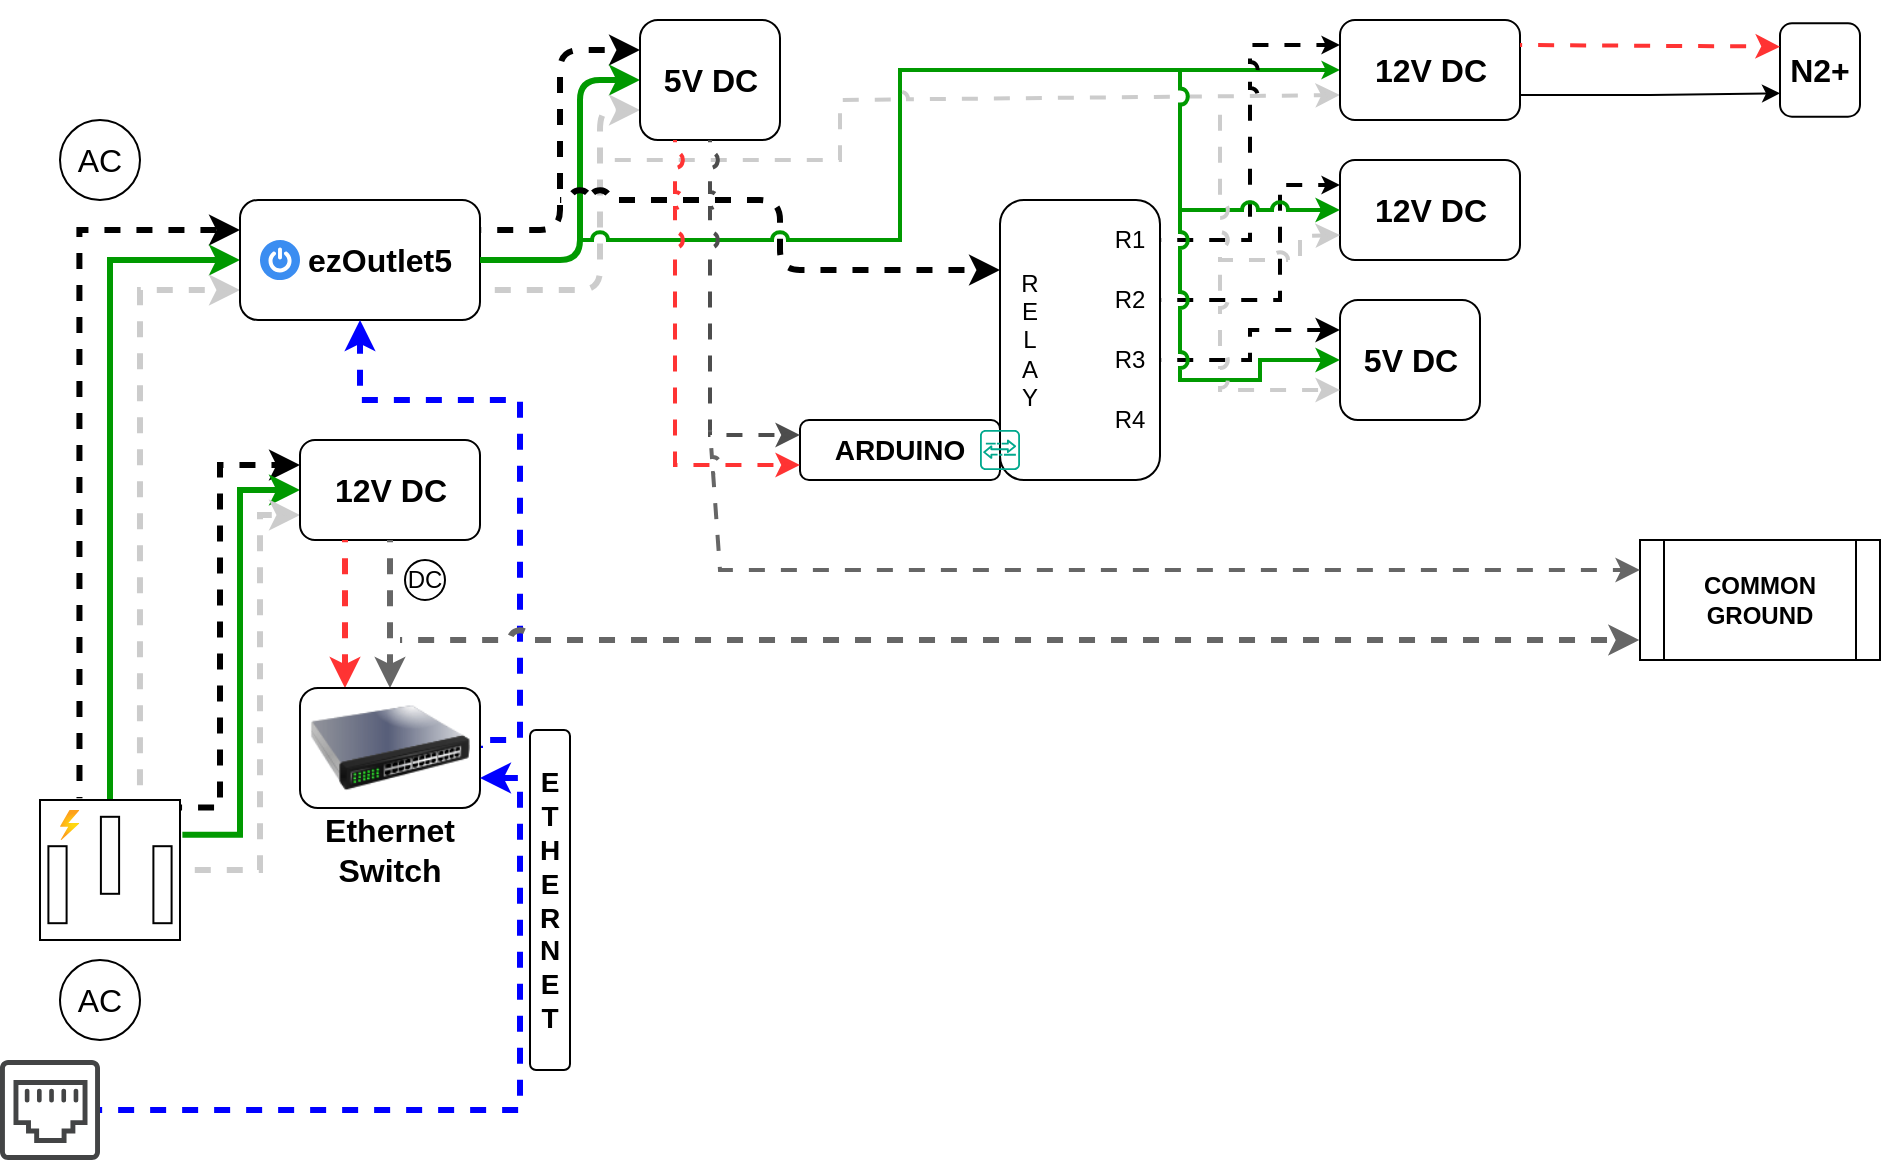
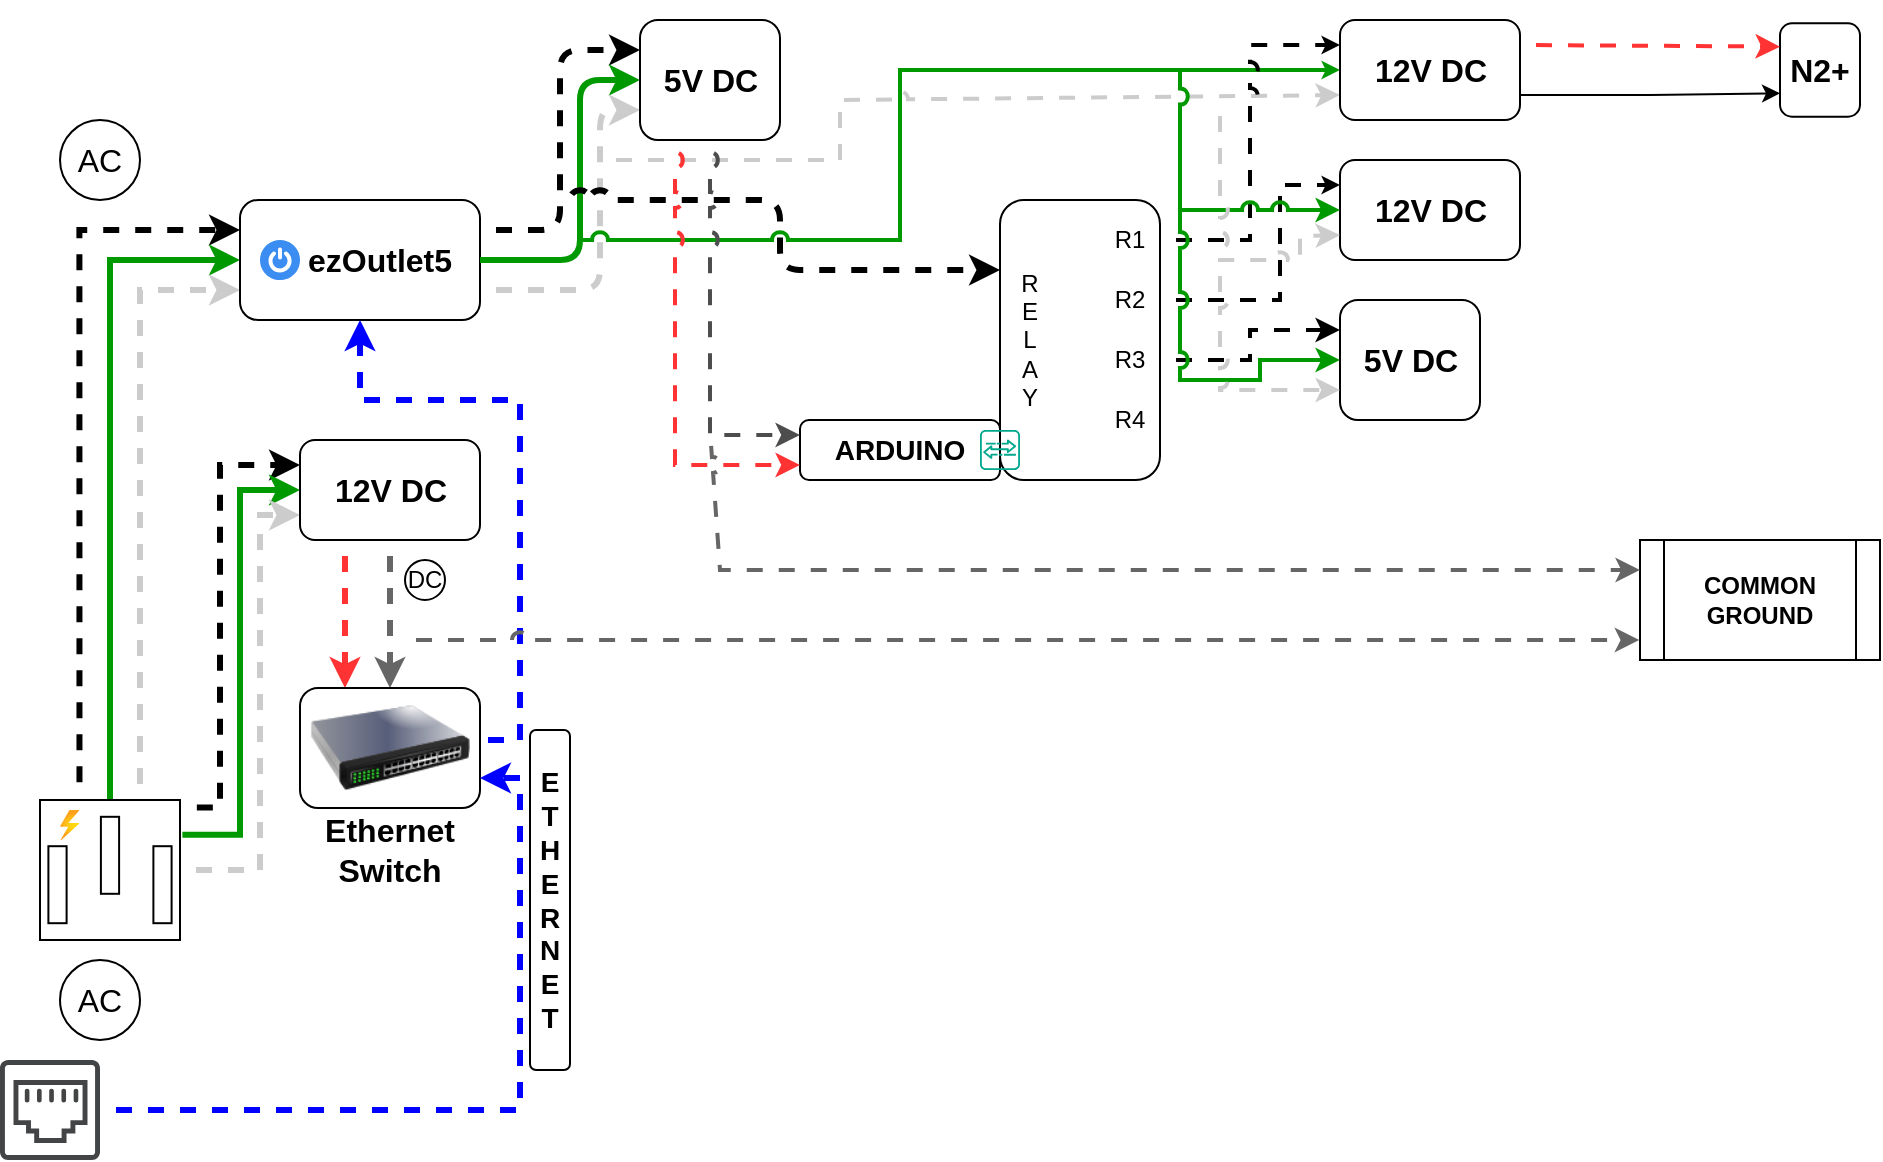
<mxfile host="app.diagrams.net" agent="Mozilla/5.0 (Windows NT 10.0; Win64; x64) AppleWebKit/537.36 (KHTML, like Gecko) Chrome/131.0.0.0 Safari/537.36 Edg/131.0.0.0" version="25.0.3">
  <diagram name="Page-1" id="VlRkN-xOVygPYa-iD9Ir">
    <mxGraphModel dx="724" dy="454" grid="1" gridSize="10" guides="1" tooltips="1" connect="1" arrows="1" fold="1" page="1" pageScale="1" pageWidth="1600" pageHeight="900" background="none" math="0" shadow="0">
      <root>
        <mxCell id="0" />
        <mxCell id="1" parent="0" />
        <mxCell id="JVLtuT8sySUBbFbLTn6r-3" style="edgeStyle=orthogonalEdgeStyle;rounded=0;orthogonalLoop=1;jettySize=auto;html=1;entryX=0;entryY=0.25;entryDx=0;entryDy=0;exitX=0.282;exitY=-0.013;exitDx=0;exitDy=0;exitPerimeter=0;strokeWidth=3;flowAnimation=1;flowAnimationDirection=alternate;flowAnimationTimingFunction=ease-in-out;flowAnimationDuration=1500;jumpStyle=arc;" parent="1" source="pD8juBFKP1GN8B8eYQTb-1" target="pD8juBFKP1GN8B8eYQTb-3" edge="1">
          <mxGeometry relative="1" as="geometry" />
        </mxCell>
        <mxCell id="JVLtuT8sySUBbFbLTn6r-4" style="edgeStyle=orthogonalEdgeStyle;rounded=0;orthogonalLoop=1;jettySize=auto;html=1;exitX=0.5;exitY=0;exitDx=0;exitDy=0;exitPerimeter=0;entryX=0;entryY=0.5;entryDx=0;entryDy=0;strokeColor=#009900;strokeWidth=3;jumpStyle=arc;" parent="1" source="pD8juBFKP1GN8B8eYQTb-1" target="pD8juBFKP1GN8B8eYQTb-3" edge="1">
          <mxGeometry relative="1" as="geometry" />
        </mxCell>
        <mxCell id="JVLtuT8sySUBbFbLTn6r-5" style="edgeStyle=orthogonalEdgeStyle;rounded=0;orthogonalLoop=1;jettySize=auto;html=1;entryX=0;entryY=0.75;entryDx=0;entryDy=0;exitX=0.714;exitY=0;exitDx=0;exitDy=0;exitPerimeter=0;strokeWidth=3;strokeColor=#CCCCCC;flowAnimation=1;flowAnimationDirection=alternate-reverse;flowAnimationTimingFunction=ease-in-out;flowAnimationDuration=1500;jumpStyle=arc;" parent="1" source="pD8juBFKP1GN8B8eYQTb-1" target="pD8juBFKP1GN8B8eYQTb-3" edge="1">
          <mxGeometry relative="1" as="geometry">
            <mxPoint x="120" y="320" as="targetPoint" />
          </mxGeometry>
        </mxCell>
        <mxCell id="JVLtuT8sySUBbFbLTn6r-6" style="edgeStyle=orthogonalEdgeStyle;rounded=0;orthogonalLoop=1;jettySize=auto;html=1;entryX=0;entryY=0.25;entryDx=0;entryDy=0;exitX=1.006;exitY=0.054;exitDx=0;exitDy=0;exitPerimeter=0;strokeWidth=3;flowAnimation=1;flowAnimationDirection=alternate;flowAnimationTimingFunction=ease-in-out;flowAnimationDuration=1500;jumpStyle=arc;" parent="1" source="pD8juBFKP1GN8B8eYQTb-1" target="pD8juBFKP1GN8B8eYQTb-24" edge="1">
          <mxGeometry relative="1" as="geometry">
            <Array as="points">
              <mxPoint x="120" y="404" />
              <mxPoint x="120" y="233" />
            </Array>
          </mxGeometry>
        </mxCell>
        <mxCell id="JVLtuT8sySUBbFbLTn6r-7" style="edgeStyle=orthogonalEdgeStyle;rounded=0;orthogonalLoop=1;jettySize=auto;html=1;entryX=0;entryY=0.5;entryDx=0;entryDy=0;exitX=1.017;exitY=0.249;exitDx=0;exitDy=0;exitPerimeter=0;strokeWidth=3;strokeColor=#009900;jumpStyle=arc;" parent="1" source="pD8juBFKP1GN8B8eYQTb-1" target="pD8juBFKP1GN8B8eYQTb-24" edge="1">
          <mxGeometry relative="1" as="geometry" />
        </mxCell>
        <mxCell id="JVLtuT8sySUBbFbLTn6r-8" style="edgeStyle=orthogonalEdgeStyle;rounded=0;orthogonalLoop=1;jettySize=auto;html=1;entryX=0;entryY=0.75;entryDx=0;entryDy=0;strokeColor=#CCCCCC;strokeWidth=3;flowAnimation=1;flowAnimationDirection=alternate-reverse;flowAnimationTimingFunction=ease-in-out;flowAnimationDuration=1500;jumpStyle=arc;" parent="1" source="pD8juBFKP1GN8B8eYQTb-1" target="pD8juBFKP1GN8B8eYQTb-24" edge="1">
          <mxGeometry relative="1" as="geometry">
            <Array as="points">
              <mxPoint x="140" y="435" />
              <mxPoint x="140" y="258" />
            </Array>
          </mxGeometry>
        </mxCell>
        <mxCell id="JVLtuT8sySUBbFbLTn6r-1" value="" style="group" parent="1" vertex="1" connectable="0">
          <mxGeometry x="30" y="480" width="60" height="40" as="geometry" />
        </mxCell>
        <mxCell id="pD8juBFKP1GN8B8eYQTb-22" value="AC" style="text;html=1;align=center;verticalAlign=middle;whiteSpace=wrap;rounded=0;fontSize=16;" parent="JVLtuT8sySUBbFbLTn6r-1" vertex="1">
          <mxGeometry y="5" width="60" height="30" as="geometry" />
        </mxCell>
        <mxCell id="pD8juBFKP1GN8B8eYQTb-23" value="" style="ellipse;whiteSpace=wrap;html=1;fillColor=none;" parent="JVLtuT8sySUBbFbLTn6r-1" vertex="1">
          <mxGeometry x="10" width="40" height="40" as="geometry" />
        </mxCell>
        <mxCell id="JVLtuT8sySUBbFbLTn6r-2" value="" style="group" parent="1" vertex="1" connectable="0">
          <mxGeometry x="30" y="60" width="60" height="40" as="geometry" />
        </mxCell>
        <mxCell id="pD8juBFKP1GN8B8eYQTb-9" value="" style="ellipse;whiteSpace=wrap;html=1;fillColor=none;" parent="JVLtuT8sySUBbFbLTn6r-2" vertex="1">
          <mxGeometry x="10" width="40" height="40" as="geometry" />
        </mxCell>
        <mxCell id="pD8juBFKP1GN8B8eYQTb-11" value="AC" style="text;html=1;align=center;verticalAlign=middle;whiteSpace=wrap;rounded=0;fontSize=16;" parent="JVLtuT8sySUBbFbLTn6r-2" vertex="1">
          <mxGeometry y="5" width="60" height="30" as="geometry" />
        </mxCell>
        <mxCell id="JVLtuT8sySUBbFbLTn6r-9" value="" style="group" parent="1" vertex="1" connectable="0">
          <mxGeometry x="130" y="100" width="120" height="60" as="geometry" />
        </mxCell>
        <mxCell id="JVLtuT8sySUBbFbLTn6r-16" value="" style="group" parent="JVLtuT8sySUBbFbLTn6r-9" vertex="1" connectable="0">
          <mxGeometry width="120" height="60" as="geometry" />
        </mxCell>
        <mxCell id="pD8juBFKP1GN8B8eYQTb-3" value="" style="rounded=1;whiteSpace=wrap;html=1;" parent="JVLtuT8sySUBbFbLTn6r-16" vertex="1">
          <mxGeometry width="120" height="60" as="geometry" />
        </mxCell>
        <mxCell id="JVLtuT8sySUBbFbLTn6r-13" value="" style="sketch=0;html=1;aspect=fixed;strokeColor=none;shadow=0;fillColor=#3B8DF1;verticalAlign=top;labelPosition=center;verticalLabelPosition=bottom;shape=mxgraph.gcp2.a7_power" parent="JVLtuT8sySUBbFbLTn6r-16" vertex="1">
          <mxGeometry x="10" y="20" width="20" height="20" as="geometry" />
        </mxCell>
        <mxCell id="pD8juBFKP1GN8B8eYQTb-15" value="&lt;b&gt;ezOutlet5&lt;/b&gt;" style="text;html=1;align=center;verticalAlign=middle;whiteSpace=wrap;rounded=0;fontSize=16;" parent="JVLtuT8sySUBbFbLTn6r-16" vertex="1">
          <mxGeometry x="40" y="10" width="60" height="40" as="geometry" />
        </mxCell>
        <mxCell id="JVLtuT8sySUBbFbLTn6r-11" value="" style="group" parent="1" vertex="1" connectable="0">
          <mxGeometry x="160" y="220" width="90" height="50" as="geometry" />
        </mxCell>
        <mxCell id="JVLtuT8sySUBbFbLTn6r-72" value="" style="group" parent="JVLtuT8sySUBbFbLTn6r-11" vertex="1" connectable="0">
          <mxGeometry width="90" height="50" as="geometry" />
        </mxCell>
        <mxCell id="pD8juBFKP1GN8B8eYQTb-24" value="" style="rounded=1;whiteSpace=wrap;html=1;" parent="JVLtuT8sySUBbFbLTn6r-72" vertex="1">
          <mxGeometry width="90" height="50" as="geometry" />
        </mxCell>
        <mxCell id="JVLtuT8sySUBbFbLTn6r-10" value="&lt;font style=&quot;font-size: 16px;&quot;&gt;&lt;b&gt;12V DC&lt;/b&gt;&lt;/font&gt;" style="text;html=1;align=center;verticalAlign=middle;whiteSpace=wrap;rounded=0;" parent="JVLtuT8sySUBbFbLTn6r-72" vertex="1">
          <mxGeometry x="15.75" y="10" width="58.5" height="30" as="geometry" />
        </mxCell>
        <mxCell id="JVLtuT8sySUBbFbLTn6r-18" value="" style="group" parent="1" vertex="1" connectable="0">
          <mxGeometry x="30" y="400" width="70" height="70" as="geometry" />
        </mxCell>
        <mxCell id="pD8juBFKP1GN8B8eYQTb-1" value="" style="pointerEvents=1;verticalLabelPosition=bottom;shadow=0;dashed=0;align=center;html=1;verticalAlign=top;shape=mxgraph.electrical.miscellaneous.ac_out" parent="JVLtuT8sySUBbFbLTn6r-18" vertex="1">
          <mxGeometry width="70" height="70" as="geometry" />
        </mxCell>
        <mxCell id="JVLtuT8sySUBbFbLTn6r-12" value="" style="image;aspect=fixed;html=1;points=[];align=center;fontSize=12;image=img/lib/azure2/general/Power.svg;" parent="JVLtuT8sySUBbFbLTn6r-18" vertex="1">
          <mxGeometry x="10" y="5" width="9.72" height="15" as="geometry" />
        </mxCell>
        <mxCell id="JVLtuT8sySUBbFbLTn6r-23" style="edgeStyle=orthogonalEdgeStyle;rounded=0;orthogonalLoop=1;jettySize=auto;html=1;entryX=0.25;entryY=0;entryDx=0;entryDy=0;exitX=0.25;exitY=1;exitDx=0;exitDy=0;strokeColor=#FF3333;strokeWidth=3;flowAnimation=1;jumpStyle=arc;" parent="1" source="pD8juBFKP1GN8B8eYQTb-24" target="JVLtuT8sySUBbFbLTn6r-19" edge="1">
          <mxGeometry relative="1" as="geometry" />
        </mxCell>
        <mxCell id="JVLtuT8sySUBbFbLTn6r-28" value="" style="group" parent="1" vertex="1" connectable="0">
          <mxGeometry x="210" y="280" width="25" height="20" as="geometry" />
        </mxCell>
        <mxCell id="JVLtuT8sySUBbFbLTn6r-26" value="" style="ellipse;whiteSpace=wrap;html=1;aspect=fixed;" parent="JVLtuT8sySUBbFbLTn6r-28" vertex="1">
          <mxGeometry x="2.5" width="20" height="20" as="geometry" />
        </mxCell>
        <mxCell id="JVLtuT8sySUBbFbLTn6r-27" value="&lt;font&gt;DC&lt;/font&gt;" style="text;html=1;align=center;verticalAlign=middle;whiteSpace=wrap;rounded=0;" parent="JVLtuT8sySUBbFbLTn6r-28" vertex="1">
          <mxGeometry y="2.5" width="25" height="15" as="geometry" />
        </mxCell>
        <mxCell id="JVLtuT8sySUBbFbLTn6r-29" style="edgeStyle=orthogonalEdgeStyle;rounded=0;orthogonalLoop=1;jettySize=auto;html=1;exitX=0.5;exitY=1;exitDx=0;exitDy=0;entryX=0.5;entryY=0;entryDx=0;entryDy=0;strokeWidth=3;flowAnimation=1;strokeColor=#666666;jumpStyle=arc;" parent="1" source="pD8juBFKP1GN8B8eYQTb-24" target="JVLtuT8sySUBbFbLTn6r-19" edge="1">
          <mxGeometry relative="1" as="geometry" />
        </mxCell>
        <mxCell id="JVLtuT8sySUBbFbLTn6r-30" style="edgeStyle=orthogonalEdgeStyle;rounded=0;orthogonalLoop=1;jettySize=auto;html=1;exitX=1;exitY=0.5;exitDx=0;exitDy=0;entryX=0.5;entryY=1;entryDx=0;entryDy=0;strokeColor=#0000FF;strokeWidth=3;flowAnimation=1;jumpStyle=arc;" parent="1" source="JVLtuT8sySUBbFbLTn6r-19" target="pD8juBFKP1GN8B8eYQTb-3" edge="1">
          <mxGeometry relative="1" as="geometry">
            <Array as="points">
              <mxPoint x="270" y="370" />
              <mxPoint x="270" y="200" />
              <mxPoint x="190" y="200" />
            </Array>
          </mxGeometry>
        </mxCell>
        <mxCell id="JVLtuT8sySUBbFbLTn6r-33" value="" style="rounded=1;whiteSpace=wrap;html=1;" parent="1" vertex="1">
          <mxGeometry x="510" y="100" width="80" height="140" as="geometry" />
        </mxCell>
        <mxCell id="JVLtuT8sySUBbFbLTn6r-35" style="edgeStyle=orthogonalEdgeStyle;rounded=1;orthogonalLoop=1;jettySize=auto;html=1;exitX=1;exitY=0.25;exitDx=0;exitDy=0;entryX=0;entryY=0.25;entryDx=0;entryDy=0;curved=0;strokeWidth=3;flowAnimation=1;flowAnimationDirection=alternate;flowAnimationTimingFunction=ease-in-out;flowAnimationDuration=1500;jumpStyle=arc;" parent="1" source="pD8juBFKP1GN8B8eYQTb-3" target="JVLtuT8sySUBbFbLTn6r-34" edge="1">
          <mxGeometry relative="1" as="geometry" />
        </mxCell>
        <mxCell id="JVLtuT8sySUBbFbLTn6r-36" style="edgeStyle=orthogonalEdgeStyle;rounded=1;orthogonalLoop=1;jettySize=auto;html=1;exitX=1;exitY=0.5;exitDx=0;exitDy=0;entryX=0;entryY=0.5;entryDx=0;entryDy=0;curved=0;strokeWidth=3;strokeColor=#009900;jumpStyle=arc;" parent="1" source="pD8juBFKP1GN8B8eYQTb-3" target="JVLtuT8sySUBbFbLTn6r-34" edge="1">
          <mxGeometry relative="1" as="geometry">
            <Array as="points">
              <mxPoint x="300" y="130" />
              <mxPoint x="300" y="40" />
            </Array>
          </mxGeometry>
        </mxCell>
        <mxCell id="JVLtuT8sySUBbFbLTn6r-37" style="edgeStyle=orthogonalEdgeStyle;rounded=1;orthogonalLoop=1;jettySize=auto;html=1;exitX=1;exitY=0.75;exitDx=0;exitDy=0;entryX=0;entryY=0.75;entryDx=0;entryDy=0;curved=0;strokeColor=#CCCCCC;strokeWidth=3;flowAnimation=1;flowAnimationDirection=alternate-reverse;flowAnimationTimingFunction=ease-in-out;flowAnimationDuration=1500;jumpStyle=arc;" parent="1" source="pD8juBFKP1GN8B8eYQTb-3" target="JVLtuT8sySUBbFbLTn6r-34" edge="1">
          <mxGeometry relative="1" as="geometry">
            <Array as="points">
              <mxPoint x="310" y="145" />
              <mxPoint x="310" y="55" />
            </Array>
          </mxGeometry>
        </mxCell>
        <mxCell id="JVLtuT8sySUBbFbLTn6r-40" value="" style="endArrow=classic;html=1;rounded=1;curved=0;entryX=0;entryY=0.25;entryDx=0;entryDy=0;jumpStyle=arc;strokeWidth=3;flowAnimation=1;flowAnimationDirection=alternate;flowAnimationTimingFunction=ease-in-out;flowAnimationDuration=1500;" parent="1" target="JVLtuT8sySUBbFbLTn6r-33" edge="1">
          <mxGeometry width="50" height="50" relative="1" as="geometry">
            <mxPoint x="290" y="100" as="sourcePoint" />
            <mxPoint x="410" y="170" as="targetPoint" />
            <Array as="points">
              <mxPoint x="400" y="100" />
              <mxPoint x="400" y="135" />
            </Array>
          </mxGeometry>
        </mxCell>
        <mxCell id="JVLtuT8sySUBbFbLTn6r-51" value="" style="group" parent="1" vertex="1" connectable="0">
          <mxGeometry x="160" y="344" width="90" height="96" as="geometry" />
        </mxCell>
        <mxCell id="JVLtuT8sySUBbFbLTn6r-21" value="" style="group" parent="JVLtuT8sySUBbFbLTn6r-51" vertex="1" connectable="0">
          <mxGeometry width="90" height="70" as="geometry" />
        </mxCell>
        <mxCell id="JVLtuT8sySUBbFbLTn6r-50" value="" style="group" parent="JVLtuT8sySUBbFbLTn6r-21" vertex="1" connectable="0">
          <mxGeometry width="90" height="70" as="geometry" />
        </mxCell>
        <mxCell id="JVLtuT8sySUBbFbLTn6r-19" value="" style="rounded=1;whiteSpace=wrap;html=1;" parent="JVLtuT8sySUBbFbLTn6r-50" vertex="1">
          <mxGeometry width="90" height="60" as="geometry" />
        </mxCell>
        <mxCell id="JVLtuT8sySUBbFbLTn6r-49" value="" style="image;html=1;image=img/lib/clip_art/networking/Switch_128x128.png" parent="JVLtuT8sySUBbFbLTn6r-50" vertex="1">
          <mxGeometry x="5" y="-10" width="80" height="80" as="geometry" />
        </mxCell>
        <mxCell id="JVLtuT8sySUBbFbLTn6r-20" value="&lt;b&gt;&lt;font style=&quot;font-size: 16px;&quot;&gt;Ethernet&lt;/font&gt;&lt;/b&gt;&lt;div&gt;&lt;b&gt;&lt;font style=&quot;font-size: 16px;&quot;&gt;Switch&lt;/font&gt;&lt;/b&gt;&lt;/div&gt;" style="text;html=1;align=center;verticalAlign=middle;whiteSpace=wrap;rounded=0;" parent="JVLtuT8sySUBbFbLTn6r-51" vertex="1">
          <mxGeometry x="15" y="66" width="60" height="30" as="geometry" />
        </mxCell>
        <mxCell id="JVLtuT8sySUBbFbLTn6r-53" value="" style="group" parent="1" vertex="1" connectable="0">
          <mxGeometry x="330" y="10" width="70" height="60" as="geometry" />
        </mxCell>
        <mxCell id="JVLtuT8sySUBbFbLTn6r-71" value="" style="group" parent="JVLtuT8sySUBbFbLTn6r-53" vertex="1" connectable="0">
          <mxGeometry width="70" height="60" as="geometry" />
        </mxCell>
        <mxCell id="JVLtuT8sySUBbFbLTn6r-34" value="" style="rounded=1;whiteSpace=wrap;html=1;" parent="JVLtuT8sySUBbFbLTn6r-71" vertex="1">
          <mxGeometry width="70" height="60" as="geometry" />
        </mxCell>
        <mxCell id="JVLtuT8sySUBbFbLTn6r-52" value="&lt;font style=&quot;font-size: 16px;&quot;&gt;&lt;b&gt;5&lt;/b&gt;&lt;/font&gt;&lt;b style=&quot;font-size: 16px; background-color: initial;&quot;&gt;V DC&lt;/b&gt;" style="text;html=1;align=center;verticalAlign=middle;whiteSpace=wrap;rounded=0;" parent="JVLtuT8sySUBbFbLTn6r-71" vertex="1">
          <mxGeometry x="5.75" y="15" width="58.5" height="30" as="geometry" />
        </mxCell>
        <mxCell id="JVLtuT8sySUBbFbLTn6r-54" value="" style="endArrow=classic;html=1;rounded=0;entryX=0;entryY=0.5;entryDx=0;entryDy=0;jumpStyle=arc;strokeColor=#009900;strokeWidth=2;endSize=3;" parent="1" target="JVLtuT8sySUBbFbLTn6r-74" edge="1">
          <mxGeometry width="50" height="50" relative="1" as="geometry">
            <mxPoint x="300" y="120" as="sourcePoint" />
            <mxPoint x="350" y="80" as="targetPoint" />
            <Array as="points">
              <mxPoint x="460" y="120" />
              <mxPoint x="460" y="35" />
            </Array>
          </mxGeometry>
        </mxCell>
        <mxCell id="JVLtuT8sySUBbFbLTn6r-55" value="" style="endArrow=classic;html=1;rounded=0;entryX=0;entryY=0.75;entryDx=0;entryDy=0;strokeColor=#CCCCCC;strokeWidth=2;jumpStyle=arc;flowAnimation=1;flowAnimationDirection=alternate-reverse;flowAnimationTimingFunction=ease-in-out;flowAnimationDuration=1500;" parent="1" target="JVLtuT8sySUBbFbLTn6r-74" edge="1">
          <mxGeometry width="50" height="50" relative="1" as="geometry">
            <mxPoint x="310" y="80" as="sourcePoint" />
            <mxPoint x="350" y="140" as="targetPoint" />
            <Array as="points">
              <mxPoint x="430" y="80" />
              <mxPoint x="430" y="50" />
              <mxPoint x="520" y="50" />
            </Array>
          </mxGeometry>
        </mxCell>
        <mxCell id="JVLtuT8sySUBbFbLTn6r-56" value="R&lt;div&gt;E&lt;/div&gt;&lt;div&gt;L&lt;/div&gt;&lt;div&gt;A&lt;/div&gt;&lt;div&gt;Y&lt;/div&gt;" style="text;html=1;align=center;verticalAlign=middle;whiteSpace=wrap;rounded=0;" parent="1" vertex="1">
          <mxGeometry x="510" y="135" width="30" height="70" as="geometry" />
        </mxCell>
        <mxCell id="JVLtuT8sySUBbFbLTn6r-79" style="edgeStyle=orthogonalEdgeStyle;rounded=0;orthogonalLoop=1;jettySize=auto;html=1;exitX=1;exitY=0.5;exitDx=0;exitDy=0;entryX=0;entryY=0.25;entryDx=0;entryDy=0;strokeWidth=2;flowAnimation=1;flowAnimationDirection=alternate;flowAnimationTimingFunction=ease-in-out;flowAnimationDuration=1500;jumpStyle=arc;endSize=3;" parent="1" source="JVLtuT8sySUBbFbLTn6r-57" target="JVLtuT8sySUBbFbLTn6r-74" edge="1">
          <mxGeometry relative="1" as="geometry" />
        </mxCell>
        <mxCell id="JVLtuT8sySUBbFbLTn6r-57" value="R1" style="text;html=1;align=center;verticalAlign=middle;whiteSpace=wrap;rounded=0;" parent="1" vertex="1">
          <mxGeometry x="560" y="105" width="30" height="30" as="geometry" />
        </mxCell>
        <mxCell id="JVLtuT8sySUBbFbLTn6r-80" style="edgeStyle=orthogonalEdgeStyle;rounded=0;orthogonalLoop=1;jettySize=auto;html=1;exitX=1;exitY=0.5;exitDx=0;exitDy=0;entryX=0;entryY=0.25;entryDx=0;entryDy=0;strokeWidth=2;flowAnimation=1;flowAnimationDirection=alternate;flowAnimationTimingFunction=ease-in-out;flowAnimationDuration=1500;endSize=3;jumpStyle=arc;" parent="1" source="JVLtuT8sySUBbFbLTn6r-58" target="JVLtuT8sySUBbFbLTn6r-77" edge="1">
          <mxGeometry relative="1" as="geometry">
            <Array as="points">
              <mxPoint x="650" y="150" />
              <mxPoint x="650" y="93" />
            </Array>
          </mxGeometry>
        </mxCell>
        <mxCell id="JVLtuT8sySUBbFbLTn6r-58" value="R2" style="text;html=1;align=center;verticalAlign=middle;whiteSpace=wrap;rounded=0;" parent="1" vertex="1">
          <mxGeometry x="560" y="135" width="30" height="30" as="geometry" />
        </mxCell>
        <mxCell id="JVLtuT8sySUBbFbLTn6r-81" style="edgeStyle=orthogonalEdgeStyle;rounded=0;orthogonalLoop=1;jettySize=auto;html=1;exitX=1;exitY=0.5;exitDx=0;exitDy=0;entryX=0;entryY=0.25;entryDx=0;entryDy=0;strokeWidth=2;flowAnimation=1;flowAnimationDirection=alternate;flowAnimationTimingFunction=ease-in-out;flowAnimationDuration=1500;jumpStyle=arc;" parent="1" source="JVLtuT8sySUBbFbLTn6r-59" target="JVLtuT8sySUBbFbLTn6r-63" edge="1">
          <mxGeometry relative="1" as="geometry" />
        </mxCell>
        <mxCell id="JVLtuT8sySUBbFbLTn6r-59" value="R3" style="text;html=1;align=center;verticalAlign=middle;whiteSpace=wrap;rounded=0;" parent="1" vertex="1">
          <mxGeometry x="560" y="165" width="30" height="30" as="geometry" />
        </mxCell>
        <mxCell id="JVLtuT8sySUBbFbLTn6r-60" value="R4" style="text;html=1;align=center;verticalAlign=middle;whiteSpace=wrap;rounded=0;" parent="1" vertex="1">
          <mxGeometry x="560" y="195" width="30" height="30" as="geometry" />
        </mxCell>
        <mxCell id="JVLtuT8sySUBbFbLTn6r-67" value="" style="group" parent="1" vertex="1" connectable="0">
          <mxGeometry x="680" y="150" width="70" height="60" as="geometry" />
        </mxCell>
        <mxCell id="JVLtuT8sySUBbFbLTn6r-63" value="" style="rounded=1;whiteSpace=wrap;html=1;" parent="JVLtuT8sySUBbFbLTn6r-67" vertex="1">
          <mxGeometry width="70" height="60" as="geometry" />
        </mxCell>
        <mxCell id="JVLtuT8sySUBbFbLTn6r-62" value="" style="group" parent="JVLtuT8sySUBbFbLTn6r-67" vertex="1" connectable="0">
          <mxGeometry width="70" height="60" as="geometry" />
        </mxCell>
        <mxCell id="JVLtuT8sySUBbFbLTn6r-64" value="&lt;font style=&quot;font-size: 16px;&quot;&gt;&lt;b&gt;5&lt;/b&gt;&lt;/font&gt;&lt;b style=&quot;font-size: 16px; background-color: initial;&quot;&gt;V DC&lt;/b&gt;" style="text;html=1;align=center;verticalAlign=middle;whiteSpace=wrap;rounded=0;" parent="JVLtuT8sySUBbFbLTn6r-62" vertex="1">
          <mxGeometry x="5.75" y="15" width="58.5" height="30" as="geometry" />
        </mxCell>
        <mxCell id="JVLtuT8sySUBbFbLTn6r-73" value="" style="group" parent="1" vertex="1" connectable="0">
          <mxGeometry x="680" y="10" width="90" height="50" as="geometry" />
        </mxCell>
        <mxCell id="JVLtuT8sySUBbFbLTn6r-74" value="" style="rounded=1;whiteSpace=wrap;html=1;" parent="JVLtuT8sySUBbFbLTn6r-73" vertex="1">
          <mxGeometry width="90" height="50" as="geometry" />
        </mxCell>
        <mxCell id="JVLtuT8sySUBbFbLTn6r-75" value="&lt;font style=&quot;font-size: 16px;&quot;&gt;&lt;b&gt;12V DC&lt;/b&gt;&lt;/font&gt;" style="text;html=1;align=center;verticalAlign=middle;whiteSpace=wrap;rounded=0;" parent="JVLtuT8sySUBbFbLTn6r-73" vertex="1">
          <mxGeometry x="15.75" y="10" width="58.5" height="30" as="geometry" />
        </mxCell>
        <mxCell id="JVLtuT8sySUBbFbLTn6r-76" value="" style="group" parent="1" vertex="1" connectable="0">
          <mxGeometry x="680" y="80" width="90" height="50" as="geometry" />
        </mxCell>
        <mxCell id="JVLtuT8sySUBbFbLTn6r-77" value="" style="rounded=1;whiteSpace=wrap;html=1;" parent="JVLtuT8sySUBbFbLTn6r-76" vertex="1">
          <mxGeometry width="90" height="50" as="geometry" />
        </mxCell>
        <mxCell id="JVLtuT8sySUBbFbLTn6r-78" value="&lt;font style=&quot;font-size: 16px;&quot;&gt;&lt;b&gt;12V DC&lt;/b&gt;&lt;/font&gt;" style="text;html=1;align=center;verticalAlign=middle;whiteSpace=wrap;rounded=0;" parent="JVLtuT8sySUBbFbLTn6r-76" vertex="1">
          <mxGeometry x="15.75" y="10" width="58.5" height="30" as="geometry" />
        </mxCell>
        <mxCell id="JVLtuT8sySUBbFbLTn6r-82" value="" style="endArrow=classic;html=1;rounded=0;entryX=0;entryY=0.5;entryDx=0;entryDy=0;jumpStyle=arc;strokeColor=#009900;strokeWidth=2;" parent="1" target="JVLtuT8sySUBbFbLTn6r-77" edge="1">
          <mxGeometry width="50" height="50" relative="1" as="geometry">
            <mxPoint x="600" y="35" as="sourcePoint" />
            <mxPoint x="660" y="105" as="targetPoint" />
            <Array as="points">
              <mxPoint x="600" y="105" />
            </Array>
          </mxGeometry>
        </mxCell>
        <mxCell id="JVLtuT8sySUBbFbLTn6r-83" value="" style="endArrow=classic;html=1;rounded=0;entryX=0;entryY=0.75;entryDx=0;entryDy=0;strokeWidth=2;strokeColor=#CCCCCC;flowAnimation=1;flowAnimationTimingFunction=ease-in-out;flowAnimationDirection=alternate-reverse;jumpStyle=arc;flowAnimationDuration=1500;" parent="1" target="JVLtuT8sySUBbFbLTn6r-77" edge="1">
          <mxGeometry width="50" height="50" relative="1" as="geometry">
            <mxPoint x="620" y="50" as="sourcePoint" />
            <mxPoint x="480" y="40" as="targetPoint" />
            <Array as="points">
              <mxPoint x="620" y="130" />
              <mxPoint x="660" y="130" />
              <mxPoint x="660" y="118" />
            </Array>
          </mxGeometry>
        </mxCell>
        <mxCell id="JVLtuT8sySUBbFbLTn6r-88" value="" style="endArrow=classic;html=1;rounded=0;entryX=0;entryY=0.5;entryDx=0;entryDy=0;strokeColor=#009900;strokeWidth=2;jumpStyle=arc;" parent="1" target="JVLtuT8sySUBbFbLTn6r-63" edge="1">
          <mxGeometry width="50" height="50" relative="1" as="geometry">
            <mxPoint x="600" y="100" as="sourcePoint" />
            <mxPoint x="600" y="140" as="targetPoint" />
            <Array as="points">
              <mxPoint x="600" y="190" />
              <mxPoint x="640" y="190" />
              <mxPoint x="640" y="180" />
            </Array>
          </mxGeometry>
        </mxCell>
        <mxCell id="JVLtuT8sySUBbFbLTn6r-89" value="" style="endArrow=classic;html=1;rounded=0;entryX=0;entryY=0.75;entryDx=0;entryDy=0;strokeWidth=2;strokeColor=#CCCCCC;flowAnimation=1;jumpStyle=arc;flowAnimationTimingFunction=ease-in-out;flowAnimationDirection=alternate-reverse;flowAnimationDuration=1500;" parent="1" target="JVLtuT8sySUBbFbLTn6r-63" edge="1">
          <mxGeometry width="50" height="50" relative="1" as="geometry">
            <mxPoint x="620" y="130" as="sourcePoint" />
            <mxPoint x="600" y="100" as="targetPoint" />
            <Array as="points">
              <mxPoint x="620" y="195" />
            </Array>
          </mxGeometry>
        </mxCell>
        <mxCell id="JVLtuT8sySUBbFbLTn6r-90" value="&lt;b&gt;&lt;font style=&quot;font-size: 14px;&quot;&gt;ARDUINO&lt;/font&gt;&lt;/b&gt;" style="rounded=1;whiteSpace=wrap;html=1;" parent="1" vertex="1">
          <mxGeometry x="410" y="210" width="100" height="30" as="geometry" />
        </mxCell>
        <mxCell id="JVLtuT8sySUBbFbLTn6r-91" style="edgeStyle=orthogonalEdgeStyle;rounded=0;orthogonalLoop=1;jettySize=auto;html=1;exitX=0.25;exitY=1;exitDx=0;exitDy=0;entryX=0;entryY=0.75;entryDx=0;entryDy=0;strokeWidth=2;flowAnimation=1;strokeColor=#FF3333;jumpStyle=arc;" parent="1" source="JVLtuT8sySUBbFbLTn6r-34" target="JVLtuT8sySUBbFbLTn6r-90" edge="1">
          <mxGeometry relative="1" as="geometry" />
        </mxCell>
        <mxCell id="JVLtuT8sySUBbFbLTn6r-92" style="edgeStyle=orthogonalEdgeStyle;rounded=0;orthogonalLoop=1;jettySize=auto;html=1;exitX=0.5;exitY=1;exitDx=0;exitDy=0;entryX=0;entryY=0.25;entryDx=0;entryDy=0;strokeWidth=2;flowAnimation=1;strokeColor=#4D4D4D;jumpStyle=arc;" parent="1" source="JVLtuT8sySUBbFbLTn6r-34" target="JVLtuT8sySUBbFbLTn6r-90" edge="1">
          <mxGeometry relative="1" as="geometry" />
        </mxCell>
        <mxCell id="JVLtuT8sySUBbFbLTn6r-93" value="" style="sketch=0;outlineConnect=0;fontColor=#232F3E;gradientColor=none;fillColor=#01A88D;strokeColor=none;dashed=0;verticalLabelPosition=bottom;verticalAlign=top;align=center;html=1;fontSize=12;fontStyle=0;aspect=fixed;shape=mxgraph.aws4.agent2;" parent="1" vertex="1">
          <mxGeometry x="500" y="215" width="20" height="20" as="geometry" />
        </mxCell>
        <mxCell id="0aRQkGjj-KWWZOeJOGup-1" value="" style="endArrow=classic;html=1;rounded=0;entryX=1;entryY=0.75;entryDx=0;entryDy=0;strokeWidth=3;strokeColor=#0000FF;flowAnimation=1;jumpStyle=arc;" edge="1" parent="1" source="0aRQkGjj-KWWZOeJOGup-3" target="JVLtuT8sySUBbFbLTn6r-19">
          <mxGeometry width="50" height="50" relative="1" as="geometry">
            <mxPoint x="40" y="560" as="sourcePoint" />
            <mxPoint x="560" y="420" as="targetPoint" />
            <Array as="points">
              <mxPoint x="270" y="555" />
              <mxPoint x="270" y="389" />
            </Array>
          </mxGeometry>
        </mxCell>
        <mxCell id="0aRQkGjj-KWWZOeJOGup-2" value="" style="group" vertex="1" connectable="0" parent="1">
          <mxGeometry x="270" y="365" width="30" height="170" as="geometry" />
        </mxCell>
        <mxCell id="JVLtuT8sySUBbFbLTn6r-31" value="" style="rounded=1;whiteSpace=wrap;html=1;" parent="0aRQkGjj-KWWZOeJOGup-2" vertex="1">
          <mxGeometry x="5" width="20" height="170" as="geometry" />
        </mxCell>
        <mxCell id="JVLtuT8sySUBbFbLTn6r-32" value="&lt;b&gt;&lt;font style=&quot;font-size: 14px;&quot;&gt;E&lt;/font&gt;&lt;/b&gt;&lt;div&gt;&lt;b&gt;&lt;font style=&quot;font-size: 14px;&quot;&gt;T&lt;/font&gt;&lt;/b&gt;&lt;/div&gt;&lt;div&gt;&lt;b&gt;&lt;font style=&quot;font-size: 14px;&quot;&gt;H&lt;/font&gt;&lt;/b&gt;&lt;/div&gt;&lt;div&gt;&lt;b&gt;&lt;font style=&quot;font-size: 14px;&quot;&gt;E&lt;/font&gt;&lt;/b&gt;&lt;/div&gt;&lt;div&gt;&lt;b&gt;&lt;font style=&quot;font-size: 14px;&quot;&gt;R&lt;/font&gt;&lt;/b&gt;&lt;/div&gt;&lt;div&gt;&lt;b&gt;&lt;font style=&quot;font-size: 14px;&quot;&gt;N&lt;/font&gt;&lt;/b&gt;&lt;/div&gt;&lt;div&gt;&lt;b&gt;&lt;font style=&quot;font-size: 14px;&quot;&gt;E&lt;/font&gt;&lt;/b&gt;&lt;/div&gt;&lt;div&gt;&lt;b&gt;&lt;font style=&quot;font-size: 14px;&quot;&gt;T&lt;/font&gt;&lt;/b&gt;&lt;/div&gt;" style="text;html=1;align=center;verticalAlign=middle;whiteSpace=wrap;rounded=0;" parent="0aRQkGjj-KWWZOeJOGup-2" vertex="1">
          <mxGeometry y="10" width="30" height="150" as="geometry" />
        </mxCell>
        <mxCell id="0aRQkGjj-KWWZOeJOGup-3" value="" style="sketch=0;pointerEvents=1;shadow=0;dashed=0;html=1;strokeColor=none;fillColor=#434445;aspect=fixed;labelPosition=center;verticalLabelPosition=bottom;verticalAlign=top;align=center;outlineConnect=0;shape=mxgraph.vvd.ethernet_port;" vertex="1" parent="1">
          <mxGeometry x="10" y="530" width="50" height="50" as="geometry" />
        </mxCell>
        <mxCell id="0aRQkGjj-KWWZOeJOGup-6" value="" style="group" vertex="1" connectable="0" parent="1">
          <mxGeometry x="890" width="60" height="70" as="geometry" />
        </mxCell>
        <mxCell id="0aRQkGjj-KWWZOeJOGup-4" value="" style="rounded=1;whiteSpace=wrap;html=1;" vertex="1" parent="0aRQkGjj-KWWZOeJOGup-6">
          <mxGeometry x="10" y="11.666666666666668" width="40" height="46.66666666666667" as="geometry" />
        </mxCell>
        <mxCell id="0aRQkGjj-KWWZOeJOGup-5" value="&lt;b&gt;&lt;font style=&quot;font-size: 16px;&quot;&gt;N2+&lt;/font&gt;&lt;/b&gt;" style="text;html=1;align=center;verticalAlign=middle;whiteSpace=wrap;rounded=0;" vertex="1" parent="0aRQkGjj-KWWZOeJOGup-6">
          <mxGeometry x="10" y="11.666666666666668" width="40" height="46.66666666666667" as="geometry" />
        </mxCell>
        <mxCell id="0aRQkGjj-KWWZOeJOGup-7" style="edgeStyle=orthogonalEdgeStyle;rounded=0;orthogonalLoop=1;jettySize=auto;html=1;exitX=1;exitY=0.25;exitDx=0;exitDy=0;entryX=0;entryY=0.25;entryDx=0;entryDy=0;strokeWidth=2;jumpStyle=arc;flowAnimation=1;strokeColor=#FF3333;" edge="1" parent="1" source="JVLtuT8sySUBbFbLTn6r-74" target="0aRQkGjj-KWWZOeJOGup-5">
          <mxGeometry relative="1" as="geometry" />
        </mxCell>
        <mxCell id="0aRQkGjj-KWWZOeJOGup-8" style="edgeStyle=orthogonalEdgeStyle;rounded=0;orthogonalLoop=1;jettySize=auto;html=1;exitX=1;exitY=0.75;exitDx=0;exitDy=0;entryX=0;entryY=0.75;entryDx=0;entryDy=0;" edge="1" parent="1" source="JVLtuT8sySUBbFbLTn6r-74" target="0aRQkGjj-KWWZOeJOGup-5">
          <mxGeometry relative="1" as="geometry" />
        </mxCell>
        <mxCell id="0aRQkGjj-KWWZOeJOGup-11" value="" style="group" vertex="1" connectable="0" parent="1">
          <mxGeometry x="830" y="270" width="120" height="60" as="geometry" />
        </mxCell>
        <mxCell id="0aRQkGjj-KWWZOeJOGup-9" value="" style="shape=process;whiteSpace=wrap;html=1;backgroundOutline=1;" vertex="1" parent="0aRQkGjj-KWWZOeJOGup-11">
          <mxGeometry width="120" height="60" as="geometry" />
        </mxCell>
        <mxCell id="0aRQkGjj-KWWZOeJOGup-10" value="&lt;b&gt;COMMON&lt;/b&gt;&lt;div&gt;&lt;b&gt;GROUND&lt;/b&gt;&lt;/div&gt;" style="text;html=1;align=center;verticalAlign=middle;whiteSpace=wrap;rounded=0;" vertex="1" parent="0aRQkGjj-KWWZOeJOGup-11">
          <mxGeometry x="30" y="15" width="60" height="30" as="geometry" />
        </mxCell>
        <mxCell id="0aRQkGjj-KWWZOeJOGup-12" value="" style="endArrow=classic;html=1;rounded=0;entryX=0;entryY=0.25;entryDx=0;entryDy=0;strokeWidth=2;strokeColor=#666666;flowAnimation=1;jumpStyle=arc;" edge="1" parent="1" target="0aRQkGjj-KWWZOeJOGup-9">
          <mxGeometry width="50" height="50" relative="1" as="geometry">
            <mxPoint x="365" y="215" as="sourcePoint" />
            <mxPoint x="735" y="340" as="targetPoint" />
            <Array as="points">
              <mxPoint x="370" y="285" />
            </Array>
          </mxGeometry>
        </mxCell>
-         <mxCell id="0aRQkGjj-KWWZOeJOGup-15" value="" style="endArrow=classic;html=1;rounded=0;entryX=-0.003;entryY=0.834;entryDx=0;entryDy=0;jumpStyle=arc;strokeWidth=3;strokeColor=#666666;flowAnimation=1;entryPerimeter=0;" edge="1" parent="1" target="0aRQkGjj-KWWZOeJOGup-9">
+         <mxCell id="0aRQkGjj-KWWZOeJOGup-15" value="" style="endArrow=classic;html=1;rounded=0;entryX=-0.003;entryY=0.834;entryDx=0;entryDy=0;jumpStyle=arc;strokeWidth=2;strokeColor=#666666;flowAnimation=1;entryPerimeter=0;" edge="1" parent="1" target="0aRQkGjj-KWWZOeJOGup-9">
          <mxGeometry width="50" height="50" relative="1" as="geometry">
            <mxPoint x="210" y="320" as="sourcePoint" />
            <mxPoint x="839.88" y="322.56" as="targetPoint" />
          </mxGeometry>
        </mxCell>
      </root>
    </mxGraphModel>
  </diagram>
</mxfile>
